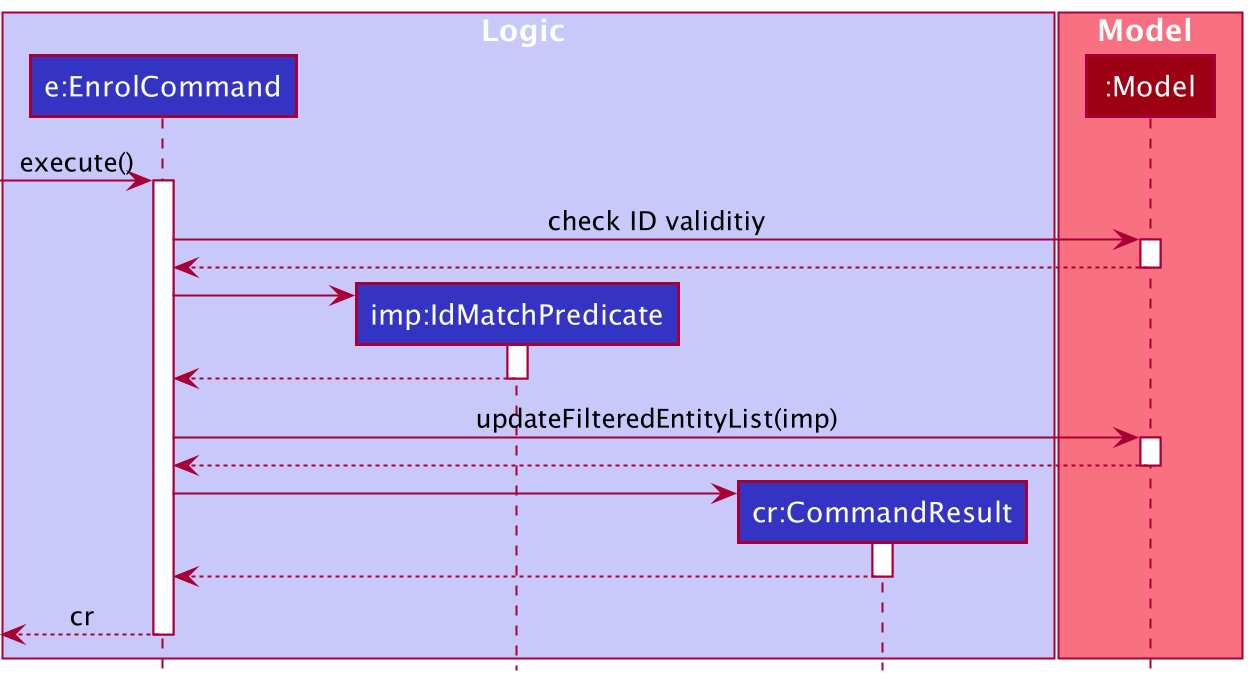
Earlier version of the PlantUML export docs/images/EnrolSequenceSpecificDiagram.png (nus-cs2103-AY2021S2/tp). The source it was exported from:
```plantuml
@startuml
!include style.puml

box Logic LOGIC_COLOR_T1

participant "e:EnrolCommand" as EnrolCommand LOGIC_COLOR
participant "imp:IdMatchPredicate" as IdMatchPredicate LOGIC_COLOR
participant "cr:CommandResult" as CommandResult LOGIC_COLOR
end box

box Model MODEL_COLOR_T1
participant ":Model" as Model MODEL_COLOR
end box

[-> EnrolCommand : execute()

activate EnrolCommand

EnrolCommand -> Model : check ID validitiy
activate Model
Model --> EnrolCommand
deactivate Model

create IdMatchPredicate
EnrolCommand -> IdMatchPredicate
activate IdMatchPredicate
IdMatchPredicate --> EnrolCommand
deactivate IdMatchPredicate

EnrolCommand -> Model : updateFilteredEntityList(imp)
activate Model
Model --> EnrolCommand
deactivate Model

create CommandResult
EnrolCommand -> CommandResult
activate CommandResult
CommandResult --> EnrolCommand
deactivate CommandResult

[<-- EnrolCommand : cr
deactivate EnrolCommand

@enduml
```
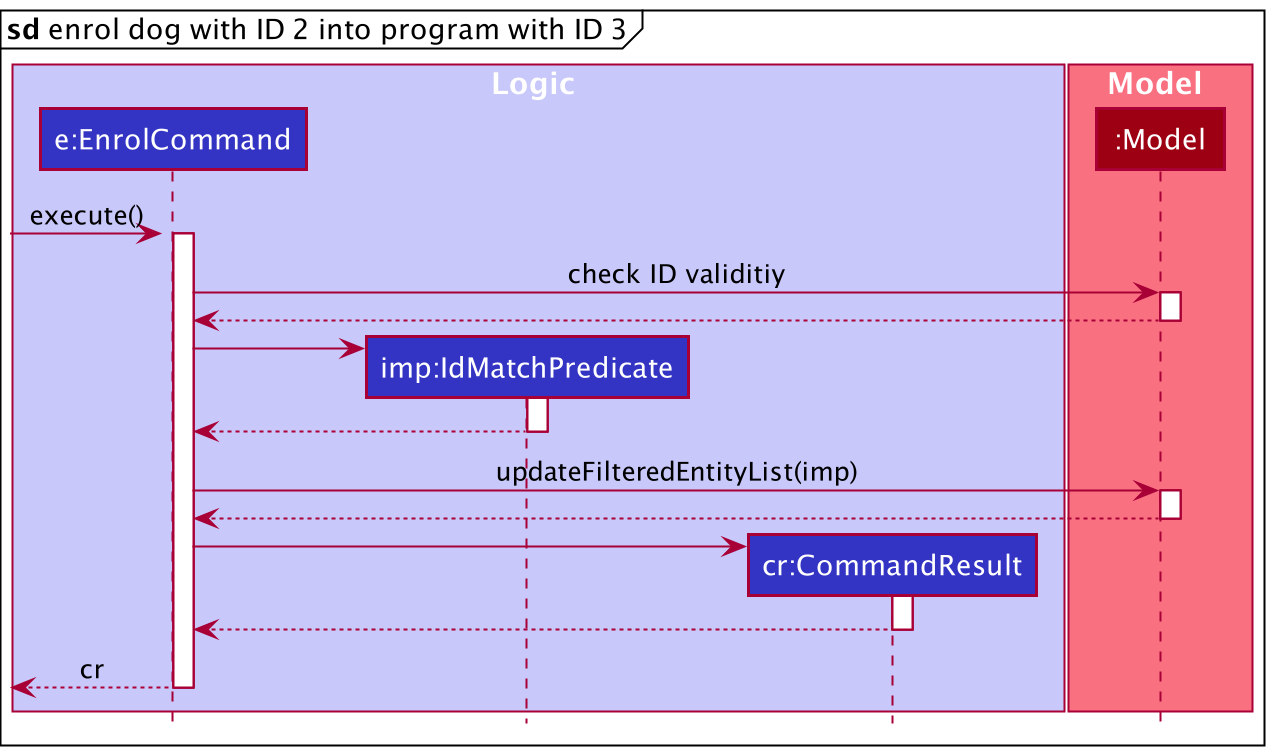
After the change.

Commit message:
Improve sequence diagrams for enrol

The edit, as a diff of the source:
```diff
@@ -1,5 +1,7 @@
 @startuml
 !include style.puml
+
+autoactivate on
 
 box Logic LOGIC_COLOR_T1
 
@@ -11,6 +13,8 @@
 box Model MODEL_COLOR_T1
 participant ":Model" as Model MODEL_COLOR
 end box
+
+mainframe **sd** enrol dog with ID 2 into program with ID 3
 
 [-> EnrolCommand : execute()
 
```
